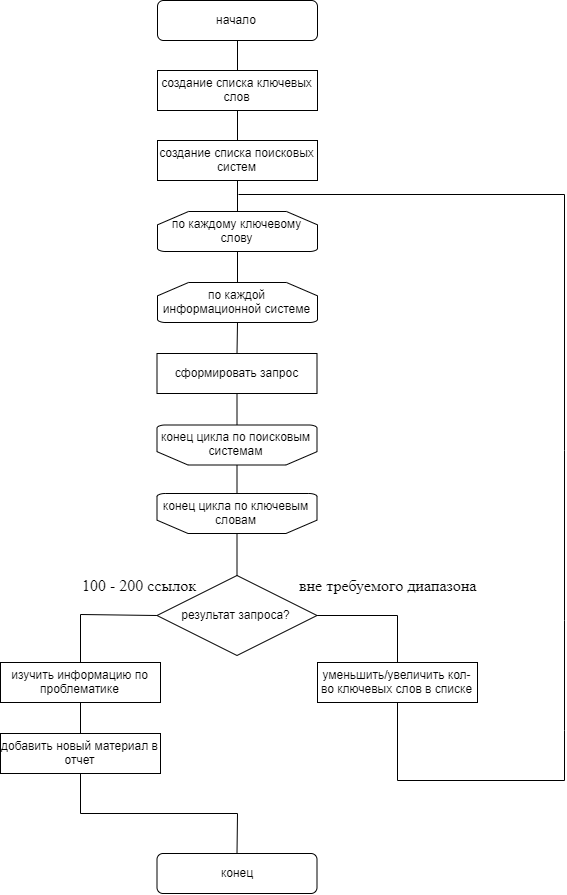
Before: bachelor's/images/first chapter/алгоритм поиска информации в итнернете.png, a diagram exported from draw.io (AntonSk98/Analysis-and-promotion-modeling-of-Russian-universities-in-the-QS-World-Universities-Rankings). Source tidied: cells renumbered, new cells last; positions are measured from the earlier drawing's top-left corner, leaving out a move shared by most shapes.
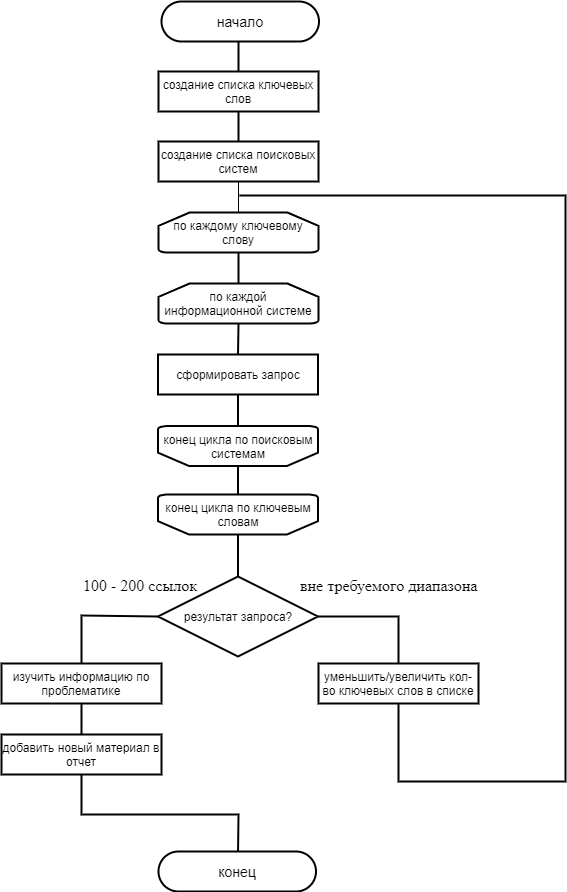
The same diagram one commit later.

The edit, as a diff of the source:
```diff
@@ -2,80 +2,80 @@
   <root>
     <mxCell id="0" />
     <mxCell id="1" parent="0" />
-    <mxCell id="2" style="edgeStyle=none;rounded=0;jettySize=auto;html=1;exitX=0.5;exitY=1;exitDx=0;exitDy=0;entryX=0.5;entryY=0;entryDx=0;entryDy=0;startArrow=none;startFill=0;endArrow=none;endFill=0;" parent="1" edge="1" source="3" target="5">
-      <mxGeometry relative="1" as="geometry" />
+    <mxCell id="2" style="edgeStyle=none;rounded=0;jettySize=auto;html=1;exitX=0.5;exitY=1;exitDx=0;exitDy=0;entryX=0.5;entryY=0;entryDx=0;entryDy=0;startArrow=none;startFill=0;endArrow=none;endFill=0;strokeWidth=2;" parent="1" edge="1" target="5">
+      <mxGeometry relative="1" as="geometry">
+        <mxPoint x="237" y="40" as="sourcePoint" />
+      </mxGeometry>
     </mxCell>
-    <mxCell id="3" value="начало" style="rounded=1;whiteSpace=wrap;html=1;strokeWidth=1;gradientColor=none;gradientDirection=north;glass=0;shadow=0;comic=0;flipV=0;flipH=1;" parent="1" vertex="1">
-      <mxGeometry x="157" width="160" height="40" as="geometry" />
-    </mxCell>
-    <mxCell id="4" style="edgeStyle=none;rounded=0;jettySize=auto;html=1;exitX=0.5;exitY=1;exitDx=0;exitDy=0;entryX=0.5;entryY=0;entryDx=0;entryDy=0;startArrow=none;startFill=0;endArrow=none;endFill=0;" parent="1" edge="1" source="5" target="7">
+    <mxCell id="4" style="edgeStyle=none;rounded=0;jettySize=auto;html=1;exitX=0.5;exitY=1;exitDx=0;exitDy=0;entryX=0.5;entryY=0;entryDx=0;entryDy=0;startArrow=none;startFill=0;endArrow=none;endFill=0;strokeWidth=2;" parent="1" edge="1" source="5" target="7">
       <mxGeometry relative="1" as="geometry" />
     </mxCell>
-    <mxCell id="5" value="создание списка ключевых слов" style="rounded=0;whiteSpace=wrap;html=1;shadow=0;glass=0;comic=0;strokeWidth=1;gradientColor=none;" parent="1" vertex="1">
+    <mxCell id="5" value="создание списка ключевых слов" style="rounded=0;whiteSpace=wrap;html=1;shadow=0;glass=0;comic=0;strokeWidth=2;gradientColor=none;" parent="1" vertex="1">
       <mxGeometry x="157" y="70" width="160" height="40" as="geometry" />
     </mxCell>
     <mxCell id="6" style="edgeStyle=none;rounded=0;jettySize=auto;html=1;exitX=0.5;exitY=1;exitDx=0;exitDy=0;entryX=0.5;entryY=0;entryDx=0;entryDy=0;entryPerimeter=0;startArrow=none;startFill=0;endArrow=none;endFill=0;" parent="1" edge="1" source="7" target="9">
       <mxGeometry relative="1" as="geometry" />
     </mxCell>
-    <mxCell id="7" value="создание списка поисковых систем" style="rounded=0;whiteSpace=wrap;html=1;shadow=0;glass=0;comic=0;strokeWidth=1;gradientColor=none;" parent="1" vertex="1">
+    <mxCell id="7" value="создание списка поисковых систем" style="rounded=0;whiteSpace=wrap;html=1;shadow=0;glass=0;comic=0;strokeWidth=2;gradientColor=none;" parent="1" vertex="1">
       <mxGeometry x="157" y="140" width="160" height="40" as="geometry" />
     </mxCell>
-    <mxCell id="8" style="rounded=0;jettySize=auto;html=1;exitX=0.5;exitY=1;exitDx=0;exitDy=0;exitPerimeter=0;entryX=0.5;entryY=0;entryDx=0;entryDy=0;entryPerimeter=0;startArrow=none;startFill=0;endArrow=none;endFill=0;" parent="1" edge="1" source="9" target="11">
+    <mxCell id="8" style="rounded=0;jettySize=auto;html=1;exitX=0.5;exitY=1;exitDx=0;exitDy=0;exitPerimeter=0;entryX=0.5;entryY=0;entryDx=0;entryDy=0;entryPerimeter=0;startArrow=none;startFill=0;endArrow=none;endFill=0;strokeWidth=2;" parent="1" edge="1" source="9" target="11">
       <mxGeometry relative="1" as="geometry" />
     </mxCell>
-    <mxCell id="9" value="по каждому ключевому слову" style="strokeWidth=1;html=1;shape=mxgraph.flowchart.loop_limit;whiteSpace=wrap;rounded=1;shadow=0;glass=0;comic=0;gradientColor=none;direction=east;" parent="1" vertex="1">
+    <mxCell id="9" value="по каждому ключевому слову" style="strokeWidth=2;html=1;shape=mxgraph.flowchart.loop_limit;whiteSpace=wrap;rounded=1;shadow=0;glass=0;comic=0;gradientColor=none;direction=east;" parent="1" vertex="1">
       <mxGeometry x="157" y="211" width="160" height="40" as="geometry" />
     </mxCell>
-    <mxCell id="10" style="edgeStyle=none;rounded=0;jettySize=auto;html=1;exitX=0.5;exitY=1;exitDx=0;exitDy=0;exitPerimeter=0;entryX=0.5;entryY=0;entryDx=0;entryDy=0;startArrow=none;startFill=0;endArrow=none;endFill=0;fontFamily=Times New Roman;" parent="1" edge="1" source="11" target="28">
+    <mxCell id="10" style="edgeStyle=none;rounded=0;jettySize=auto;html=1;exitX=0.5;exitY=1;exitDx=0;exitDy=0;exitPerimeter=0;entryX=0.5;entryY=0;entryDx=0;entryDy=0;startArrow=none;startFill=0;endArrow=none;endFill=0;fontFamily=Times New Roman;strokeWidth=2;" parent="1" edge="1" source="11" target="28">
       <mxGeometry relative="1" as="geometry" />
     </mxCell>
-    <mxCell id="11" value="по каждой информационной системе" style="strokeWidth=1;html=1;shape=mxgraph.flowchart.loop_limit;whiteSpace=wrap;rounded=1;shadow=0;glass=0;comic=0;gradientColor=none;direction=east;" parent="1" vertex="1">
+    <mxCell id="11" value="по каждой информационной системе" style="strokeWidth=2;html=1;shape=mxgraph.flowchart.loop_limit;whiteSpace=wrap;rounded=1;shadow=0;glass=0;comic=0;gradientColor=none;direction=east;" parent="1" vertex="1">
       <mxGeometry x="157" y="282" width="160" height="40" as="geometry" />
     </mxCell>
-    <mxCell id="12" style="edgeStyle=none;rounded=0;jettySize=auto;html=1;exitX=0;exitY=0.5;exitDx=0;exitDy=0;entryX=0.5;entryY=0;entryDx=0;entryDy=0;startArrow=none;startFill=0;endArrow=none;endFill=0;fontFamily=Times New Roman;" parent="1" edge="1" source="14" target="17">
+    <mxCell id="12" style="edgeStyle=none;rounded=0;jettySize=auto;html=1;exitX=0;exitY=0.5;exitDx=0;exitDy=0;entryX=0.5;entryY=0;entryDx=0;entryDy=0;startArrow=none;startFill=0;endArrow=none;endFill=0;fontFamily=Times New Roman;strokeWidth=2;" parent="1" edge="1" source="14" target="17">
       <mxGeometry relative="1" as="geometry">
         <Array as="points">
           <mxPoint x="80" y="614" />
         </Array>
       </mxGeometry>
     </mxCell>
-    <mxCell id="13" style="edgeStyle=none;rounded=0;jettySize=auto;html=1;exitX=1;exitY=0.5;exitDx=0;exitDy=0;entryX=0.5;entryY=0;entryDx=0;entryDy=0;startArrow=none;startFill=0;endArrow=none;endFill=0;fontFamily=Times New Roman;" parent="1" edge="1" source="14" target="23">
+    <mxCell id="13" style="edgeStyle=none;rounded=0;jettySize=auto;html=1;exitX=1;exitY=0.5;exitDx=0;exitDy=0;entryX=0.5;entryY=0;entryDx=0;entryDy=0;startArrow=none;startFill=0;endArrow=none;endFill=0;fontFamily=Times New Roman;strokeWidth=2;" parent="1" edge="1" source="14" target="23">
       <mxGeometry relative="1" as="geometry">
         <Array as="points">
           <mxPoint x="397" y="615" />
         </Array>
       </mxGeometry>
     </mxCell>
-    <mxCell id="14" value="результат запроса?" style="rhombus;whiteSpace=wrap;html=1;rounded=0;shadow=0;glass=0;comic=0;strokeWidth=1;gradientColor=none;" parent="1" vertex="1">
+    <mxCell id="14" value="результат запроса?" style="rhombus;whiteSpace=wrap;html=1;rounded=0;shadow=0;glass=0;comic=0;strokeWidth=2;gradientColor=none;" parent="1" vertex="1">
       <mxGeometry x="156.5" y="575" width="160" height="80" as="geometry" />
     </mxCell>
-    <mxCell id="15" value="изучить информацию по проблематике" style="rounded=0;whiteSpace=wrap;html=1;shadow=0;glass=0;comic=0;strokeWidth=1;gradientColor=none;" parent="1" vertex="1">
+    <mxCell id="15" value="изучить информацию по проблематике" style="rounded=0;whiteSpace=wrap;html=1;shadow=0;glass=0;comic=0;strokeWidth=2;gradientColor=none;" parent="1" vertex="1">
       <mxGeometry y="662" width="160" height="40" as="geometry" />
     </mxCell>
-    <mxCell id="16" style="edgeStyle=none;rounded=0;jettySize=auto;html=1;exitX=0.5;exitY=1;exitDx=0;exitDy=0;entryX=0.5;entryY=0;entryDx=0;entryDy=0;startArrow=none;startFill=0;endArrow=none;endFill=0;fontFamily=Times New Roman;" parent="1" edge="1" source="17" target="24">
+    <mxCell id="16" style="edgeStyle=none;rounded=0;jettySize=auto;html=1;exitX=0.5;exitY=1;exitDx=0;exitDy=0;entryX=0.5;entryY=0;entryDx=0;entryDy=0;startArrow=none;startFill=0;endArrow=none;endFill=0;fontFamily=Times New Roman;strokeWidth=2;" parent="1" edge="1" source="17">
       <mxGeometry relative="1" as="geometry">
+        <mxPoint x="236.5" y="853" as="targetPoint" />
         <Array as="points">
           <mxPoint x="80" y="813" />
           <mxPoint x="237" y="813" />
         </Array>
       </mxGeometry>
     </mxCell>
-    <mxCell id="17" value="добавить новый материал в отчет" style="rounded=0;whiteSpace=wrap;html=1;shadow=0;glass=0;comic=0;strokeWidth=1;gradientColor=none;" parent="1" vertex="1">
+    <mxCell id="17" value="добавить новый материал в отчет" style="rounded=0;whiteSpace=wrap;html=1;shadow=0;glass=0;comic=0;strokeWidth=2;gradientColor=none;" parent="1" vertex="1">
       <mxGeometry y="733" width="160" height="40" as="geometry" />
     </mxCell>
-    <mxCell id="18" style="edgeStyle=none;rounded=0;jettySize=auto;html=1;exitX=0.5;exitY=0;exitDx=0;exitDy=0;exitPerimeter=0;entryX=0.5;entryY=1;entryDx=0;entryDy=0;entryPerimeter=0;startArrow=none;startFill=0;endArrow=none;endFill=0;fontFamily=Times New Roman;" parent="1" edge="1" source="19" target="21">
+    <mxCell id="18" style="edgeStyle=none;rounded=0;jettySize=auto;html=1;exitX=0.5;exitY=0;exitDx=0;exitDy=0;exitPerimeter=0;entryX=0.5;entryY=1;entryDx=0;entryDy=0;entryPerimeter=0;startArrow=none;startFill=0;endArrow=none;endFill=0;fontFamily=Times New Roman;strokeWidth=2;" parent="1" edge="1" source="19" target="21">
       <mxGeometry relative="1" as="geometry" />
     </mxCell>
-    <mxCell id="19" value="конец цикла по поисковым системам" style="strokeWidth=1;html=1;shape=mxgraph.flowchart.loop_limit;whiteSpace=wrap;rounded=1;shadow=0;glass=0;comic=0;gradientColor=none;direction=west;rotation=0;" parent="1" vertex="1">
+    <mxCell id="19" value="конец цикла по поисковым системам" style="strokeWidth=2;html=1;shape=mxgraph.flowchart.loop_limit;whiteSpace=wrap;rounded=1;shadow=0;glass=0;comic=0;gradientColor=none;direction=west;rotation=0;" parent="1" vertex="1">
       <mxGeometry x="156.5" y="424.5" width="160" height="40" as="geometry" />
     </mxCell>
-    <mxCell id="20" style="edgeStyle=none;rounded=0;jettySize=auto;html=1;exitX=0.5;exitY=0;exitDx=0;exitDy=0;exitPerimeter=0;entryX=0.5;entryY=0;entryDx=0;entryDy=0;startArrow=none;startFill=0;endArrow=none;endFill=0;fontFamily=Times New Roman;" parent="1" edge="1" source="21" target="14">
+    <mxCell id="20" style="edgeStyle=none;rounded=0;jettySize=auto;html=1;exitX=0.5;exitY=0;exitDx=0;exitDy=0;exitPerimeter=0;entryX=0.5;entryY=0;entryDx=0;entryDy=0;startArrow=none;startFill=0;endArrow=none;endFill=0;fontFamily=Times New Roman;strokeWidth=2;" parent="1" edge="1" source="21" target="14">
       <mxGeometry relative="1" as="geometry" />
     </mxCell>
-    <mxCell id="21" value="конец цикла по ключевым словам" style="strokeWidth=1;html=1;shape=mxgraph.flowchart.loop_limit;whiteSpace=wrap;rounded=1;shadow=0;glass=0;comic=0;gradientColor=none;direction=west;rotation=0;" parent="1" vertex="1">
+    <mxCell id="21" value="конец цикла по ключевым словам" style="strokeWidth=2;html=1;shape=mxgraph.flowchart.loop_limit;whiteSpace=wrap;rounded=1;shadow=0;glass=0;comic=0;gradientColor=none;direction=west;rotation=0;" parent="1" vertex="1">
       <mxGeometry x="156.5" y="493" width="160" height="40" as="geometry" />
     </mxCell>
-    <mxCell id="22" style="edgeStyle=none;rounded=0;jettySize=auto;html=1;startArrow=none;startFill=0;endArrow=none;endFill=0;fontFamily=Times New Roman;exitX=0.5;exitY=1;exitDx=0;exitDy=0;" parent="1" edge="1" source="23">
+    <mxCell id="22" style="edgeStyle=none;rounded=0;jettySize=auto;html=1;startArrow=none;startFill=0;endArrow=none;endFill=0;fontFamily=Times New Roman;exitX=0.5;exitY=1;exitDx=0;exitDy=0;strokeWidth=2;" parent="1" edge="1" source="23">
       <mxGeometry relative="1" as="geometry">
         <mxPoint x="238" y="194" as="targetPoint" />
         <Array as="points">
@@ -88,26 +88,29 @@
         </Array>
       </mxGeometry>
     </mxCell>
-    <mxCell id="23" value="уменьшить/увеличить кол-во ключевых слов в списке" style="rounded=0;whiteSpace=wrap;html=1;shadow=0;glass=0;comic=0;strokeWidth=1;gradientColor=none;" parent="1" vertex="1">
+    <mxCell id="23" value="уменьшить/увеличить кол-во ключевых слов в списке" style="rounded=0;whiteSpace=wrap;html=1;shadow=0;glass=0;comic=0;strokeWidth=2;gradientColor=none;" parent="1" vertex="1">
       <mxGeometry x="317" y="662" width="160" height="40" as="geometry" />
     </mxCell>
-    <mxCell id="24" value="конец" style="rounded=1;whiteSpace=wrap;html=1;strokeWidth=1;gradientColor=none;gradientDirection=north;glass=0;shadow=0;comic=0;flipV=0;flipH=1;" parent="1" vertex="1">
-      <mxGeometry x="156.5" y="853" width="160" height="40" as="geometry" />
-    </mxCell>
     <mxCell id="25" value="&lt;font style=&quot;font-size: 16px&quot;&gt;100 - 200 ссылок&lt;/font&gt;" style="text;html=1;strokeColor=none;fillColor=none;align=left;verticalAlign=middle;whiteSpace=wrap;rounded=0;shadow=0;glass=0;comic=0;fontFamily=Times New Roman;" parent="1" vertex="1">
       <mxGeometry x="80" y="564" width="120" height="40" as="geometry" />
     </mxCell>
     <mxCell id="26" value="&lt;font style=&quot;font-size: 16px&quot;&gt;вне требуемого диапазона&lt;/font&gt;" style="text;html=1;strokeColor=none;fillColor=none;align=left;verticalAlign=middle;whiteSpace=wrap;rounded=0;shadow=0;glass=0;comic=0;fontFamily=Times New Roman;" parent="1" vertex="1">
       <mxGeometry x="297" y="564" width="187" height="40" as="geometry" />
     </mxCell>
-    <mxCell id="27" style="edgeStyle=none;rounded=0;jettySize=auto;html=1;exitX=0.5;exitY=1;exitDx=0;exitDy=0;entryX=0.5;entryY=1;entryDx=0;entryDy=0;entryPerimeter=0;startArrow=none;startFill=0;endArrow=none;endFill=0;fontFamily=Times New Roman;" parent="1" edge="1" source="28" target="19">
+    <mxCell id="27" style="edgeStyle=none;rounded=0;jettySize=auto;html=1;exitX=0.5;exitY=1;exitDx=0;exitDy=0;entryX=0.5;entryY=1;entryDx=0;entryDy=0;entryPerimeter=0;startArrow=none;startFill=0;endArrow=none;endFill=0;fontFamily=Times New Roman;strokeWidth=2;" parent="1" edge="1" source="28" target="19">
       <mxGeometry relative="1" as="geometry" />
     </mxCell>
-    <mxCell id="28" value="сформировать запрос" style="rounded=0;whiteSpace=wrap;html=1;shadow=0;glass=0;comic=0;strokeWidth=1;gradientColor=none;" parent="1" vertex="1">
+    <mxCell id="28" value="сформировать запрос" style="rounded=0;whiteSpace=wrap;html=1;shadow=0;glass=0;comic=0;strokeWidth=2;gradientColor=none;" parent="1" vertex="1">
       <mxGeometry x="156.5" y="353" width="160" height="40" as="geometry" />
     </mxCell>
-    <mxCell id="29" style="edgeStyle=none;rounded=0;orthogonalLoop=1;jettySize=auto;html=1;exitX=1;exitY=1;exitDx=0;exitDy=0;startArrow=none;startFill=0;endArrow=none;endFill=0;fontFamily=Times New Roman;" parent="1" edge="1" source="14" target="14">
+    <mxCell id="29" style="edgeStyle=none;rounded=0;orthogonalLoop=1;jettySize=auto;html=1;exitX=1;exitY=1;exitDx=0;exitDy=0;startArrow=none;startFill=0;endArrow=none;endFill=0;fontFamily=Times New Roman;strokeWidth=2;" parent="1" edge="1" source="14" target="14">
       <mxGeometry relative="1" as="geometry" />
     </mxCell>
+    <mxCell id="3" value="&lt;span style=&quot;font-size: 14px&quot;&gt;начало&lt;/span&gt;" style="rounded=1;whiteSpace=wrap;html=1;strokeWidth=2;spacing=15;arcSize=50;absoluteArcSize=0;" parent="1" vertex="1">
+      <mxGeometry x="160" width="157.5" height="40" as="geometry" />
+    </mxCell>
+    <mxCell id="24" value="&lt;span style=&quot;font-size: 14px&quot;&gt;конец&lt;/span&gt;" style="rounded=1;whiteSpace=wrap;html=1;strokeWidth=2;spacing=15;arcSize=50;absoluteArcSize=0;" parent="1" vertex="1">
+      <mxGeometry x="157" y="850" width="157.5" height="40" as="geometry" />
+    </mxCell>
   </root>
 </mxGraphModel>
```
